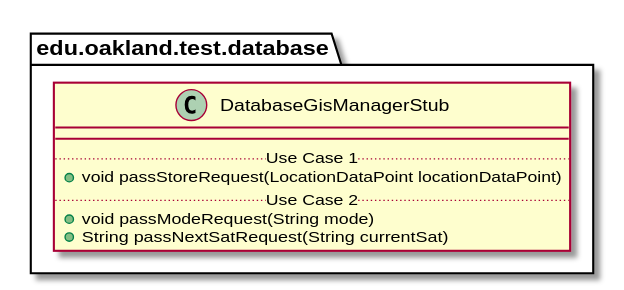
Earlier version of the PlantUML export docs/uml-class-diagrams/database/test/DatabaseGisManagerTest/DatabaseGisManagerStub.svg (andrewdimmer/csi-3370-software-project). The source it was exported from:
```plantuml
@startuml DatabaseGisManagerStub

package edu.oakland.test.database {
    class DatabaseGisManagerStub {
        __
        .. Use Case 1 ..
        + void passStoreRequest(LocationDataPoint locationDataPoint)
        .. Use Case 2 ..
        + void passModeRequest(String mode)
        + String passNextSatRequest(String currentSat)
    }
}

@enduml
```
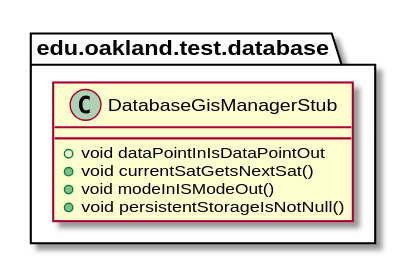
The same diagram one commit later.

Diff of the diagram source:
```diff
@@ -3,11 +3,10 @@
 package edu.oakland.test.database {
     class DatabaseGisManagerStub {
         __
-        .. Use Case 1 ..
-        + void passStoreRequest(LocationDataPoint locationDataPoint)
-        .. Use Case 2 ..
-        + void passModeRequest(String mode)
-        + String passNextSatRequest(String currentSat)
+        + void dataPointInIsDataPointOut
+        + void currentSatGetsNextSat()
+        + void modeInISModeOut()
+        + void persistentStorageIsNotNull()
     }
 }
 
```
